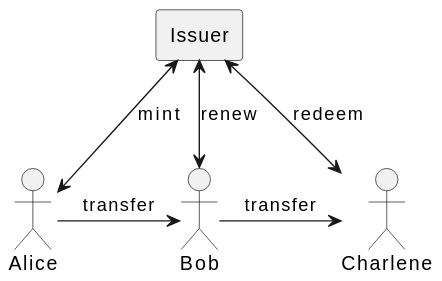
The PlantUML diagram v4/docs/overview.svg in OpenCoin/opencoin-playground, before a commit.
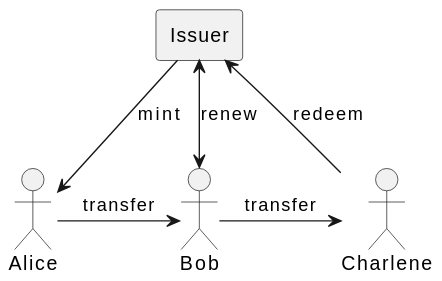
Above is the later version.

Commit message:
python schemata and wording

Diff of the diagram source:
```diff
@@ -5,10 +5,10 @@
 actor Bob as bob
 actor Charlene as charlene
 
-issuer <--> alice: mint
+issuer --> alice: mint
 alice -> bob: transfer
 issuer <--> bob: renew
 bob -> charlene: transfer
-issuer <--> charlene: redeem
+issuer <-- charlene: redeem
 
 @enduml
```
